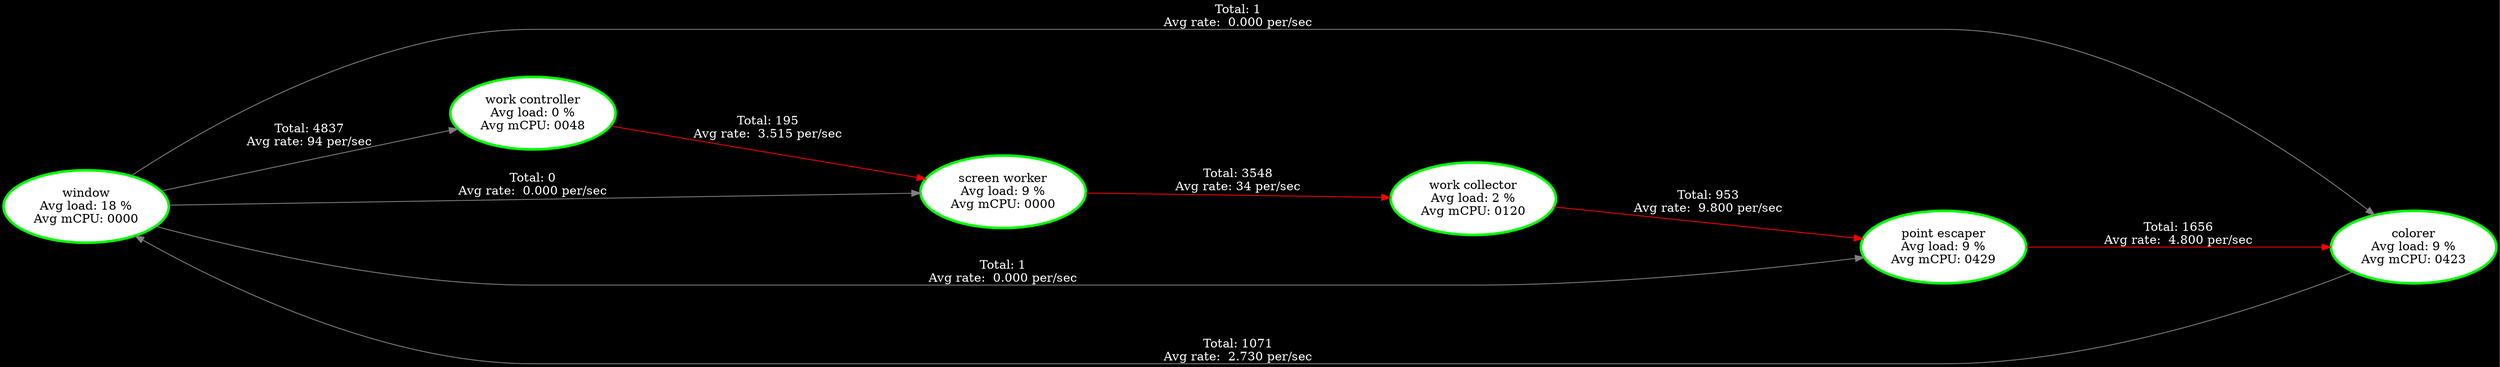
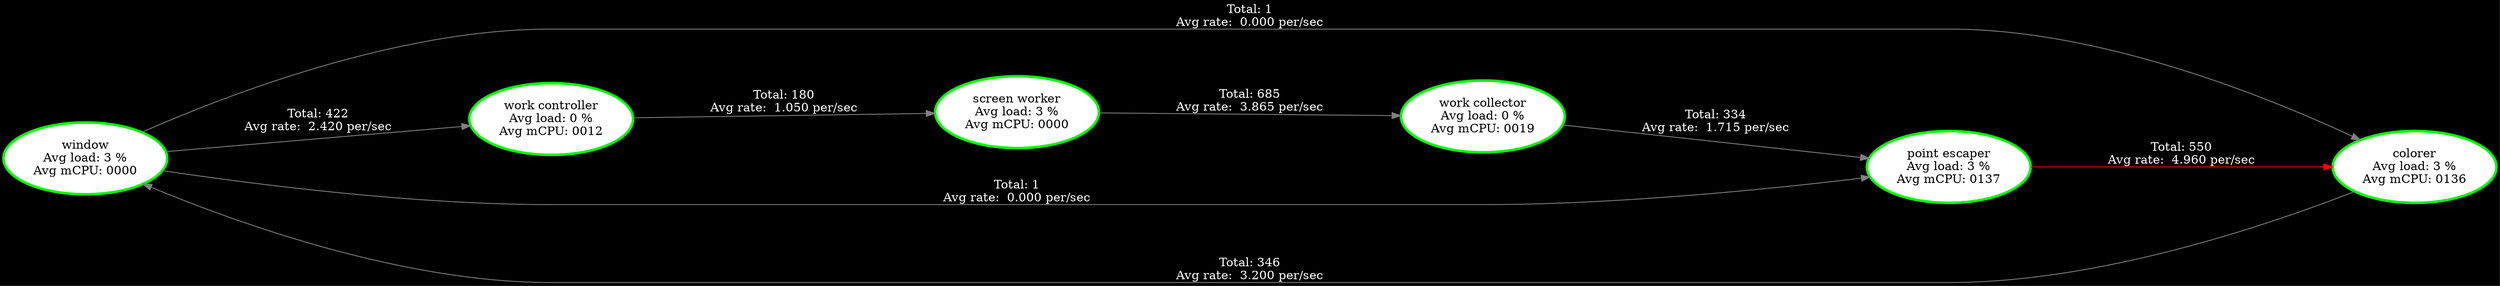
digraph G {
rankdir=LR;
graph [nodesep=.5, ranksep=2.5];
node [margin=0.1];
node [style=filled, fillcolor=white, fontcolor=black];
edge [color=white, fontcolor=white];
graph [bgcolor=black];
"window" [label="window
- Avg load: 18 %
+ Avg load: 3 %
Avg mCPU: 0000
- ", tooltip="window\n\nThreadId(14) Core:4\nWindow 12.8 secs\n--- Stats ---\nAvg load: 18 %\nAvg mCPU: 0000 \n", color="green", penwidth=3 ];
+ ", tooltip="window\n\nThreadId(14) Core:4\nWindow 12.8 secs\n--- Stats ---\nAvg load: 3 %\nAvg mCPU: 0000 \n", color="green", penwidth=3 ];
"colorer" [label="colorer
- Avg load: 9 %
- Avg mCPU: 0423
- ", tooltip="colorer\n\nThreadId(15) Core:5\nWindow 12.8 secs\n--- Stats ---\nAvg load: 9 %\nAvg mCPU: 0423 \n", color="green", penwidth=3 ];
+ Avg load: 3 %
+ Avg mCPU: 0136
+ ", tooltip="colorer\n\nThreadId(15) Core:5\nWindow 12.8 secs\n--- Stats ---\nAvg load: 3 %\nAvg mCPU: 0136 \n", color="green", penwidth=3 ];
"work controller" [label="work controller
Avg load: 0 %
- Avg mCPU: 0048
- ", tooltip="work controller\n\nThreadId(16) Core:6\nWindow 12.8 secs\n--- Stats ---\nAvg load: 0 %\nAvg mCPU: 0048 \n", color="green", penwidth=3 ];
+ Avg mCPU: 0012
+ ", tooltip="work controller\n\nThreadId(16) Core:6\nWindow 12.8 secs\n--- Stats ---\nAvg load: 0 %\nAvg mCPU: 0012 \n", color="green", penwidth=3 ];
"screen worker" [label="screen worker
- Avg load: 9 %
+ Avg load: 3 %
Avg mCPU: 0000
- ", tooltip="screen worker\n\nThreadId(17) Core:1\nWindow 12.8 secs\n--- Stats ---\nAvg load: 9 %\nAvg mCPU: 0000 \n", color="green", penwidth=3 ];
+ ", tooltip="screen worker\n\nThreadId(17) Core:1\nWindow 12.8 secs\n--- Stats ---\nAvg load: 3 %\nAvg mCPU: 0000 \n", color="green", penwidth=3 ];
"work collector" [label="work collector
- Avg load: 2 %
- Avg mCPU: 0120
- ", tooltip="work collector\n\nThreadId(18) Core:2\nWindow 12.8 secs\n--- Stats ---\nAvg load: 2 %\nAvg mCPU: 0120 \n", color="green", penwidth=3 ];
+ Avg load: 0 %
+ Avg mCPU: 0019
+ ", tooltip="work collector\n\nThreadId(19) Core:2\nWindow 12.8 secs\n--- Stats ---\nAvg load: 0 %\nAvg mCPU: 0019 \n", color="green", penwidth=3 ];
"point escaper" [label="point escaper
- Avg load: 9 %
- Avg mCPU: 0429
- ", tooltip="point escaper\n\nThreadId(19) Core:3\nWindow 12.8 secs\n--- Stats ---\nAvg load: 9 %\nAvg mCPU: 0429 \n", color="green", penwidth=3 ];
- "colorer" -> "window" [label="Total: 1071
- Avg rate:  2.730 per/sec
- ", tooltip="Window: 25.6 secs\nCH#9: Data\n Capacity: 2\n Volume: 1 (Total: 1071)\n Saturation: 0%\n", color="#808080", penwidth=1];
- "point escaper" -> "colorer" [label="Total: 1656
- Avg rate:  4.800 per/sec
- ", tooltip="Window: 25.6 secs\nCH#8: Data\n Capacity: 2\n Volume: 4 (Total: 1656)\n Saturation: 0%\n", color="#FF0000", penwidth=1];
- "screen worker" -> "work collector" [label="Total: 3548
- Avg rate: 34 per/sec
- ", tooltip="Window: 25.6 secs\nCH#17: Data\n Capacity: 50\n Volume: 50 (Total: 3548)\n Saturation: 30%\n", color="#FF0000", penwidth=1];
+ Avg load: 3 %
+ Avg mCPU: 0137
+ ", tooltip="point escaper\n\nThreadId(20) Core:3\nWindow 12.8 secs\n--- Stats ---\nAvg load: 3 %\nAvg mCPU: 0137 \n", color="green", penwidth=3 ];
+ "colorer" -> "window" [label="Total: 346
+ Avg rate:  3.200 per/sec
+ ", tooltip="Window: 25.6 secs\nCH#3: Data\n Capacity: 2\n Volume: 1 (Total: 346)\n Saturation: 0%\n", color="#808080", penwidth=1];
+ "point escaper" -> "colorer" [label="Total: 550
+ Avg rate:  4.960 per/sec
+ ", tooltip="Window: 25.6 secs\nCH#9: Data\n Capacity: 2\n Volume: 3 (Total: 550)\n Saturation: 0%\n", color="#FF0000", penwidth=1];
+ "screen worker" -> "work collector" [label="Total: 685
+ Avg rate:  3.865 per/sec
+ ", tooltip="Window: 25.6 secs\nCH#17: Data\n Capacity: 50\n Volume: 0 (Total: 685)\n Saturation: 0%\n", color="#808080", penwidth=1];
"window" -> "colorer" [label="Total: 1
Avg rate:  0.000 per/sec
", tooltip="Window: 25.6 secs\nCH#1: Data\n Capacity: 50\n Volume: 0 (Total: 1)\n Saturation: 0%\n", color="#808080", penwidth=1];
"window" -> "point escaper" [label="Total: 1
Avg rate:  0.000 per/sec
", tooltip="Window: 25.6 secs\nCH#2: Data\n Capacity: 50\n Volume: 0 (Total: 1)\n Saturation: 0%\n", color="#808080", penwidth=1];
- "window" -> "screen worker" [label="Total: 0
- Avg rate:  0.000 per/sec
- ", tooltip="Window: 25.6 secs\nCH#13: Data\n Capacity: 50\n Volume: 0 (Total: 0)\n Saturation: 0%\n", color="#808080", penwidth=1];
- "window" -> "work controller" [label="Total: 4837
- Avg rate: 94 per/sec
- ", tooltip="Window: 25.6 secs\nCH#3: Data\n Capacity: 50\n Volume: 26 (Total: 4837)\n Saturation: 76%\n", color="#808080", penwidth=1];
- "work collector" -> "point escaper" [label="Total: 953
- Avg rate:  9.800 per/sec
- ", tooltip="Window: 25.6 secs\nCH#18: Data\n Capacity: 2\n Volume: 2 (Total: 953)\n Saturation: 100%\n", color="#FF0000", penwidth=1];
- "work controller" -> "screen worker" [label="Total: 195
- Avg rate:  3.515 per/sec
- ", tooltip="Window: 25.6 secs\nCH#4: Data\n Capacity: 2\n Volume: 0 (Total: 195)\n Saturation: 100%\n", color="#FF0000", penwidth=1];
+ "window" -> "work controller" [label="Total: 422
+ Avg rate:  2.420 per/sec
+ ", tooltip="Window: 25.6 secs\nCH#4: Data\n Capacity: 50\n Volume: 0 (Total: 422)\n Saturation: 0%\n", color="#808080", penwidth=1];
+ "work collector" -> "point escaper" [label="Total: 334
+ Avg rate:  1.715 per/sec
+ ", tooltip="Window: 25.6 secs\nCH#21: Data\n Capacity: 2\n Volume: 0 (Total: 334)\n Saturation: 0%\n", color="#808080", penwidth=1];
+ "work controller" -> "screen worker" [label="Total: 180
+ Avg rate:  1.050 per/sec
+ ", tooltip="Window: 25.6 secs\nCH#11: Data\n Capacity: 2\n Volume: 0 (Total: 180)\n Saturation: 0%\n", color="#808080", penwidth=1];
}
